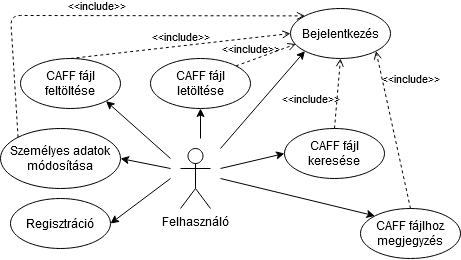
Earlier version of the draw.io export design/drawio/userUseCases.png (Frydraca/SzBiztonsagHF-C-Sec). Source tidied: cells renumbered, new cells last; positions are measured from the earlier drawing's top-left corner, leaving out a move shared by most shapes.
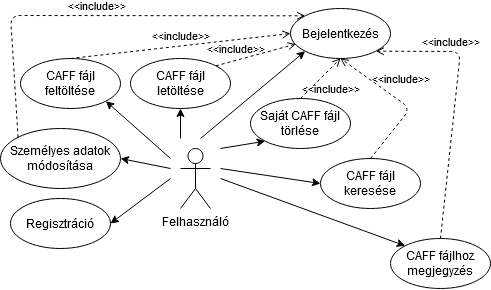
Later version of the same file.

Commit message:
Added Saját CAFF fájl törlése

The edit, as a diff of the source:
```diff
@@ -15,13 +15,13 @@
       <mxGeometry x="20" y="50" width="100" height="50" as="geometry" />
     </mxCell>
     <mxCell id="6" value="CAFF fájl letöltése" style="ellipse;whiteSpace=wrap;html=1;" parent="1" vertex="1">
-      <mxGeometry x="150" y="50" width="100" height="50" as="geometry" />
+      <mxGeometry x="130" y="50" width="100" height="50" as="geometry" />
     </mxCell>
     <mxCell id="7" value="CAFF fájlhoz megjegyzés" style="ellipse;whiteSpace=wrap;html=1;" parent="1" vertex="1">
-      <mxGeometry x="360" y="200" width="100" height="50" as="geometry" />
+      <mxGeometry x="390" y="230" width="100" height="50" as="geometry" />
     </mxCell>
     <mxCell id="8" value="CAFF fájl keresése" style="ellipse;whiteSpace=wrap;html=1;" parent="1" vertex="1">
-      <mxGeometry x="284" y="120" width="100" height="50" as="geometry" />
+      <mxGeometry x="320" y="150" width="100" height="50" as="geometry" />
     </mxCell>
     <mxCell id="9" style="endArrow=classic;html=1;entryX=1;entryY=0.5;entryDx=0;entryDy=0;" parent="1" edge="1" target="4">
       <mxGeometry relative="1" as="geometry">
@@ -35,7 +35,7 @@
     </mxCell>
     <mxCell id="11" style="endArrow=classic;html=1;entryX=0.5;entryY=1;entryDx=0;entryDy=0;" parent="1" edge="1" target="6">
       <mxGeometry relative="1" as="geometry">
-        <mxPoint x="200" y="130" as="sourcePoint" />
+        <mxPoint x="180" y="130" as="sourcePoint" />
       </mxGeometry>
     </mxCell>
     <mxCell id="12" style="endArrow=classic;html=1;entryX=0;entryY=0;entryDx=0;entryDy=0;" parent="1" edge="1" target="7">
@@ -50,7 +50,7 @@
     </mxCell>
     <mxCell id="14" style="endArrow=classic;html=1;entryX=0;entryY=1;entryDx=0;entryDy=0;" parent="1" edge="1" target="3">
       <mxGeometry relative="1" as="geometry">
-        <mxPoint x="220" y="140" as="sourcePoint" />
+        <mxPoint x="200" y="130" as="sourcePoint" />
       </mxGeometry>
     </mxCell>
     <mxCell id="15" value="&amp;lt;&amp;lt;include&amp;gt;&amp;gt;" style="edgeStyle=none;html=1;endArrow=open;verticalAlign=bottom;dashed=1;labelBackgroundColor=none;exitX=0.5;exitY=0;exitDx=0;exitDy=0;entryX=0;entryY=0.5;entryDx=0;entryDy=0;" parent="1" edge="1" source="5" target="3">
@@ -60,10 +60,19 @@
       <mxGeometry x="-0.49" y="2" relative="1" as="geometry" />
     </mxCell>
     <mxCell id="17" value="&amp;lt;&amp;lt;include&amp;gt;&amp;gt;" style="edgeStyle=none;html=1;endArrow=open;verticalAlign=bottom;dashed=1;labelBackgroundColor=none;exitX=0.5;exitY=0;exitDx=0;exitDy=0;entryX=0.5;entryY=1;entryDx=0;entryDy=0;" parent="1" edge="1" source="8" target="3">
-      <mxGeometry x="-0.49" y="26" relative="1" as="geometry" />
+      <mxGeometry x="-0.15" y="22" relative="1" as="geometry">
+        <Array as="points">
+          <mxPoint x="410" y="100" />
+        </Array>
+        <mxPoint x="3" y="-38" as="offset" />
+      </mxGeometry>
     </mxCell>
     <mxCell id="18" value="&amp;lt;&amp;lt;include&amp;gt;&amp;gt;" style="edgeStyle=none;html=1;endArrow=open;verticalAlign=bottom;dashed=1;labelBackgroundColor=none;exitX=0.5;exitY=0;exitDx=0;exitDy=0;entryX=1;entryY=1;entryDx=0;entryDy=0;" parent="1" edge="1" source="7" target="3">
-      <mxGeometry x="0.45" y="-26" relative="1" as="geometry" />
+      <mxGeometry x="0.37" y="10" relative="1" as="geometry">
+        <Array as="points">
+          <mxPoint x="460" y="43" />
+        </Array>
+      </mxGeometry>
     </mxCell>
     <mxCell id="19" value="Személyes adatok módosítása" style="ellipse;whiteSpace=wrap;html=1;" parent="1" vertex="1">
       <mxGeometry y="120" width="120" height="60" as="geometry" />
@@ -80,5 +89,16 @@
         </Array>
       </mxGeometry>
     </mxCell>
+    <mxCell id="22" value="Saját CAFF fájl törlése" style="ellipse;whiteSpace=wrap;html=1;" parent="1" vertex="1">
+      <mxGeometry x="250" y="90" width="100" height="50" as="geometry" />
+    </mxCell>
+    <mxCell id="23" style="endArrow=classic;html=1;entryX=0;entryY=1;entryDx=0;entryDy=0;" parent="1" edge="1" target="22">
+      <mxGeometry relative="1" as="geometry">
+        <mxPoint x="220" y="140" as="sourcePoint" />
+      </mxGeometry>
+    </mxCell>
+    <mxCell id="24" value="&amp;lt;&amp;lt;include&amp;gt;&amp;gt;" style="edgeStyle=none;html=1;endArrow=open;verticalAlign=bottom;dashed=1;labelBackgroundColor=none;exitX=0.5;exitY=0;exitDx=0;exitDy=0;entryX=0.5;entryY=1;entryDx=0;entryDy=0;" parent="1" edge="1" source="22" target="3">
+      <mxGeometry x="-0.25" y="-21" relative="1" as="geometry" />
+    </mxCell>
   </root>
 </mxGraphModel>
```
